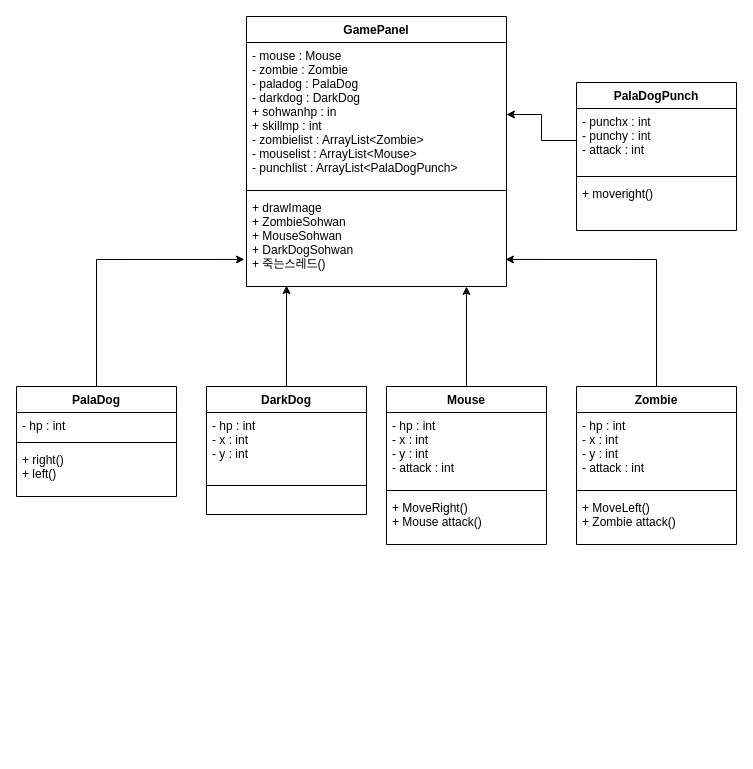
Before: Untitled Diagram.drawio in jeonghyun051/kimjeonghyun, a draw.io diagram. Source tidied: cells renumbered, new cells numbered last; positions are measured from the earlier drawing's top-left corner, leaving out a move shared by most shapes. Both pictures are drawn from the tidied source at 100%, with x=0, y=0 at pixel (16, 16).
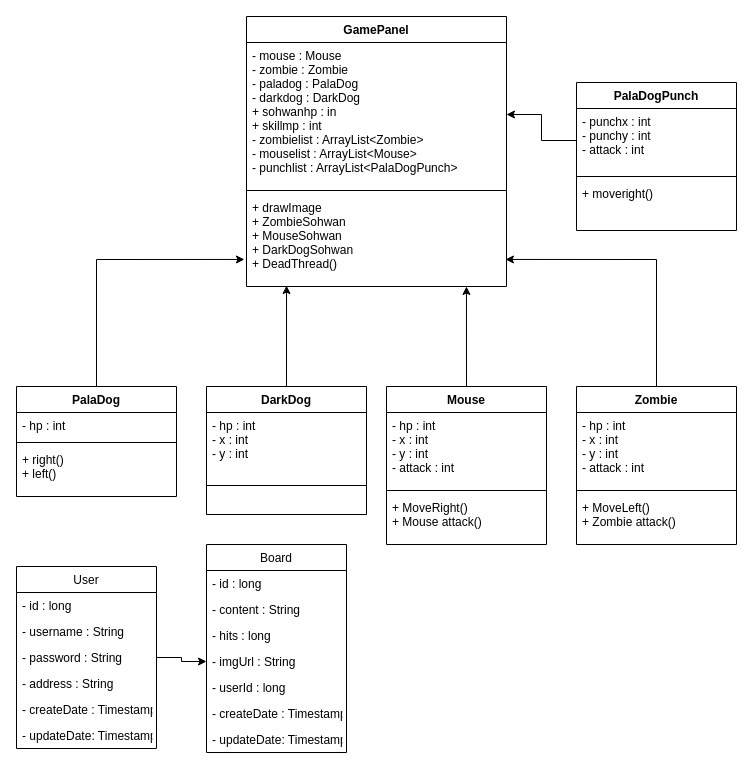
After the change.

The change refers to these unchanged cells:
```xml
<mxCell id="2" value="GamePanel" style="swimlane;fontStyle=1;align=center;verticalAlign=top;horizontal=1;startSize=26;" parent="1" vertex="1">
  <mxGeometry x="230" width="260" height="270" as="geometry" />
</mxCell>
```

The edit, as a diff of the source:
```diff
@@
-    <mxCell id="5" value="+ drawImage&#10;+ ZombieSohwan&#10;+ MouseSohwan&#10;+ DarkDogSohwan&#10;+ 죽는스레드()" style="text;strokeColor=none;fillColor=none;align=left;verticalAlign=top;spacingLeft=4;spacingRight=4;overflow=hidden;points=[[0,0.5],[1,0.5]];portConstraint=eastwest;" parent="2" vertex="1">
+    <mxCell id="5" value="+ drawImage&#10;+ ZombieSohwan&#10;+ MouseSohwan&#10;+ DarkDogSohwan&#10;+ DeadThread()" style="text;strokeColor=none;fillColor=none;align=left;verticalAlign=top;spacingLeft=4;spacingRight=4;overflow=hidden;points=[[0,0.5],[1,0.5]];portConstraint=eastwest;" parent="2" vertex="1">
       <mxGeometry y="178" width="260" height="92" as="geometry" />
     </mxCell>
@@
+    <mxCell id="30" value="User" style="swimlane;fontStyle=0;horizontal=1;startSize=26;fillColor=none;" parent="1" vertex="1">
+      <mxGeometry y="550" width="140" height="182" as="geometry" />
+    </mxCell>
+    <mxCell id="31" value="- id : long" style="text;strokeColor=none;fillColor=none;align=left;verticalAlign=top;spacingLeft=4;spacingRight=4;overflow=hidden;" parent="30" vertex="1">
+      <mxGeometry y="26" width="140" height="26" as="geometry" />
+    </mxCell>
+    <mxCell id="32" value="- username : String" style="text;strokeColor=none;fillColor=none;align=left;verticalAlign=top;spacingLeft=4;spacingRight=4;overflow=hidden;" parent="30" vertex="1">
+      <mxGeometry y="52" width="140" height="26" as="geometry" />
+    </mxCell>
+    <mxCell id="33" value="- password : String" style="text;strokeColor=none;fillColor=none;align=left;verticalAlign=top;spacingLeft=4;spacingRight=4;overflow=hidden;points=[[0,0.5],[1,0.5]];portConstraint=eastwest;" parent="30" vertex="1">
+      <mxGeometry y="78" width="140" height="26" as="geometry" />
+    </mxCell>
+    <mxCell id="34" value="- address : String" style="text;strokeColor=none;fillColor=none;align=left;verticalAlign=top;spacingLeft=4;spacingRight=4;overflow=hidden;" parent="30" vertex="1">
+      <mxGeometry y="104" width="140" height="26" as="geometry" />
+    </mxCell>
+    <mxCell id="35" value="- createDate : Timestamp" style="text;strokeColor=none;fillColor=none;align=left;verticalAlign=top;spacingLeft=4;spacingRight=4;overflow=hidden;" parent="30" vertex="1">
+      <mxGeometry y="130" width="140" height="26" as="geometry" />
+    </mxCell>
+    <mxCell id="36" value="- updateDate: Timestamp&#10;" style="text;strokeColor=none;fillColor=none;align=left;verticalAlign=top;spacingLeft=4;spacingRight=4;overflow=hidden;" parent="30" vertex="1">
+      <mxGeometry y="156" width="140" height="26" as="geometry" />
+    </mxCell>
+    <mxCell id="37" value="Board" style="swimlane;fontStyle=0;horizontal=1;startSize=26;fillColor=none;" parent="1" vertex="1">
+      <mxGeometry x="190" y="528" width="140" height="208" as="geometry" />
+    </mxCell>
+    <mxCell id="38" value="- id : long" style="text;strokeColor=none;fillColor=none;align=left;verticalAlign=top;spacingLeft=4;spacingRight=4;overflow=hidden;" parent="37" vertex="1">
+      <mxGeometry y="26" width="140" height="26" as="geometry" />
+    </mxCell>
+    <mxCell id="39" value="- content : String" style="text;strokeColor=none;fillColor=none;align=left;verticalAlign=top;spacingLeft=4;spacingRight=4;overflow=hidden;" parent="37" vertex="1">
+      <mxGeometry y="52" width="140" height="26" as="geometry" />
+    </mxCell>
+    <mxCell id="40" value="- hits : long" style="text;strokeColor=none;fillColor=none;align=left;verticalAlign=top;spacingLeft=4;spacingRight=4;overflow=hidden;" parent="37" vertex="1">
+      <mxGeometry y="78" width="140" height="26" as="geometry" />
+    </mxCell>
+    <mxCell id="41" value="- imgUrl : String" style="text;strokeColor=none;fillColor=none;align=left;verticalAlign=top;spacingLeft=4;spacingRight=4;overflow=hidden;points=[[0,0.5],[1,0.5]];portConstraint=eastwest;" parent="37" vertex="1">
+      <mxGeometry y="104" width="140" height="26" as="geometry" />
+    </mxCell>
+    <mxCell id="42" value="- userId : long" style="text;strokeColor=none;fillColor=none;align=left;verticalAlign=top;spacingLeft=4;spacingRight=4;overflow=hidden;" parent="37" vertex="1">
+      <mxGeometry y="130" width="140" height="26" as="geometry" />
+    </mxCell>
+    <mxCell id="43" value="- createDate : Timestamp" style="text;strokeColor=none;fillColor=none;align=left;verticalAlign=top;spacingLeft=4;spacingRight=4;overflow=hidden;" parent="37" vertex="1">
+      <mxGeometry y="156" width="140" height="26" as="geometry" />
+    </mxCell>
+    <mxCell id="44" value="- updateDate: Timestamp&#10;" style="text;strokeColor=none;fillColor=none;align=left;verticalAlign=top;spacingLeft=4;spacingRight=4;overflow=hidden;" parent="37" vertex="1">
+      <mxGeometry y="182" width="140" height="26" as="geometry" />
+    </mxCell>
+    <mxCell id="45" style="edgeStyle=orthogonalEdgeStyle;rounded=0;jettySize=auto;html=1;exitX=1;exitY=0.5;exitDx=0;exitDy=0;entryX=0;entryY=0.5;entryDx=0;entryDy=0;" parent="1" edge="1" source="33" target="41">
+      <mxGeometry relative="1" as="geometry" />
+    </mxCell>
```
